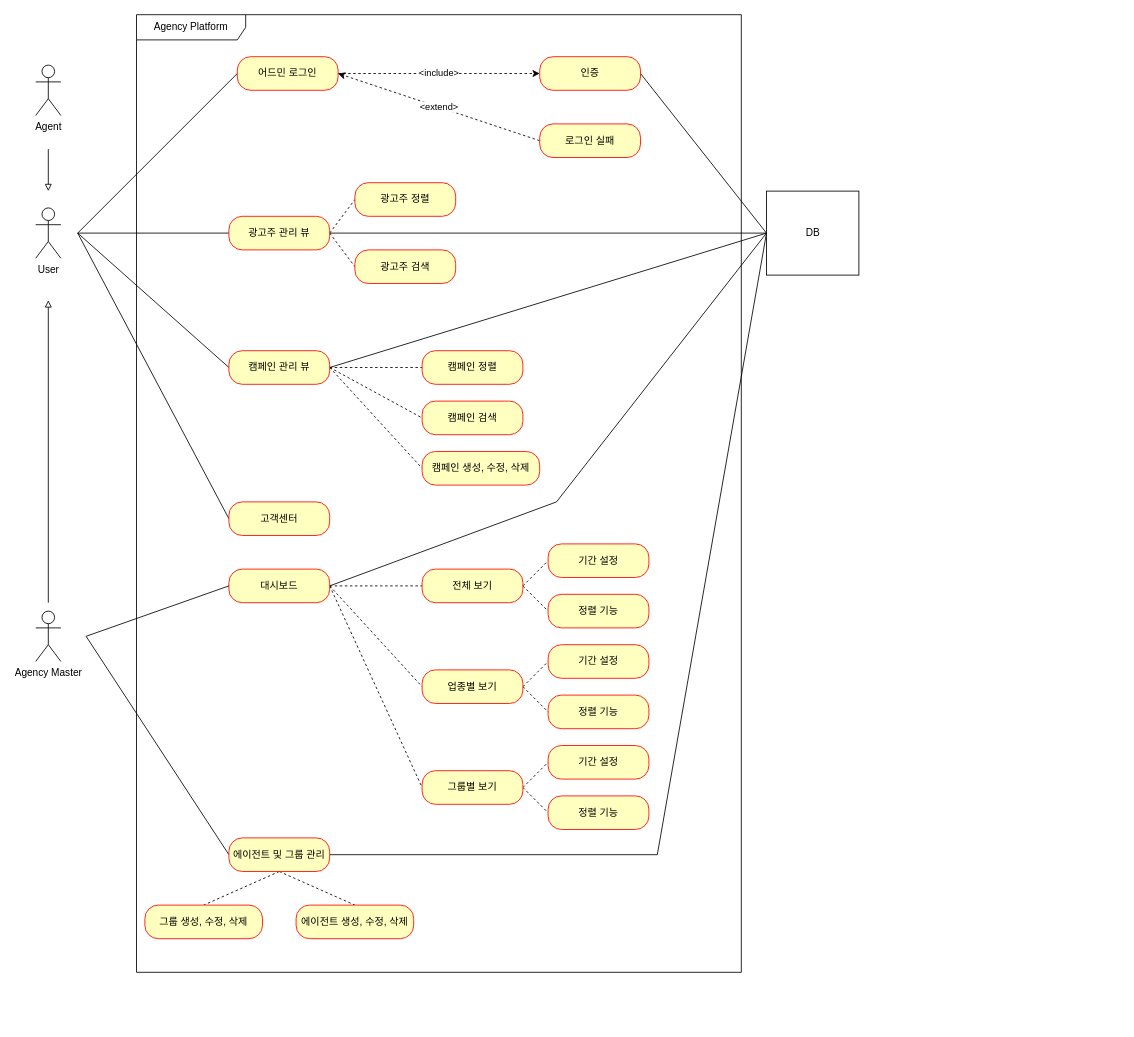
Before: document/use-case.drawio in mrcocoball/cocoball-ad-platform-agency, a draw.io diagram. Source tidied: cells renumbered, new cells numbered last; positions are measured from the earlier drawing's top-left corner, leaving out a move shared by most shapes. Both pictures are drawn from the tidied source at 84%, with x=0, y=0 at pixel (35, 14).
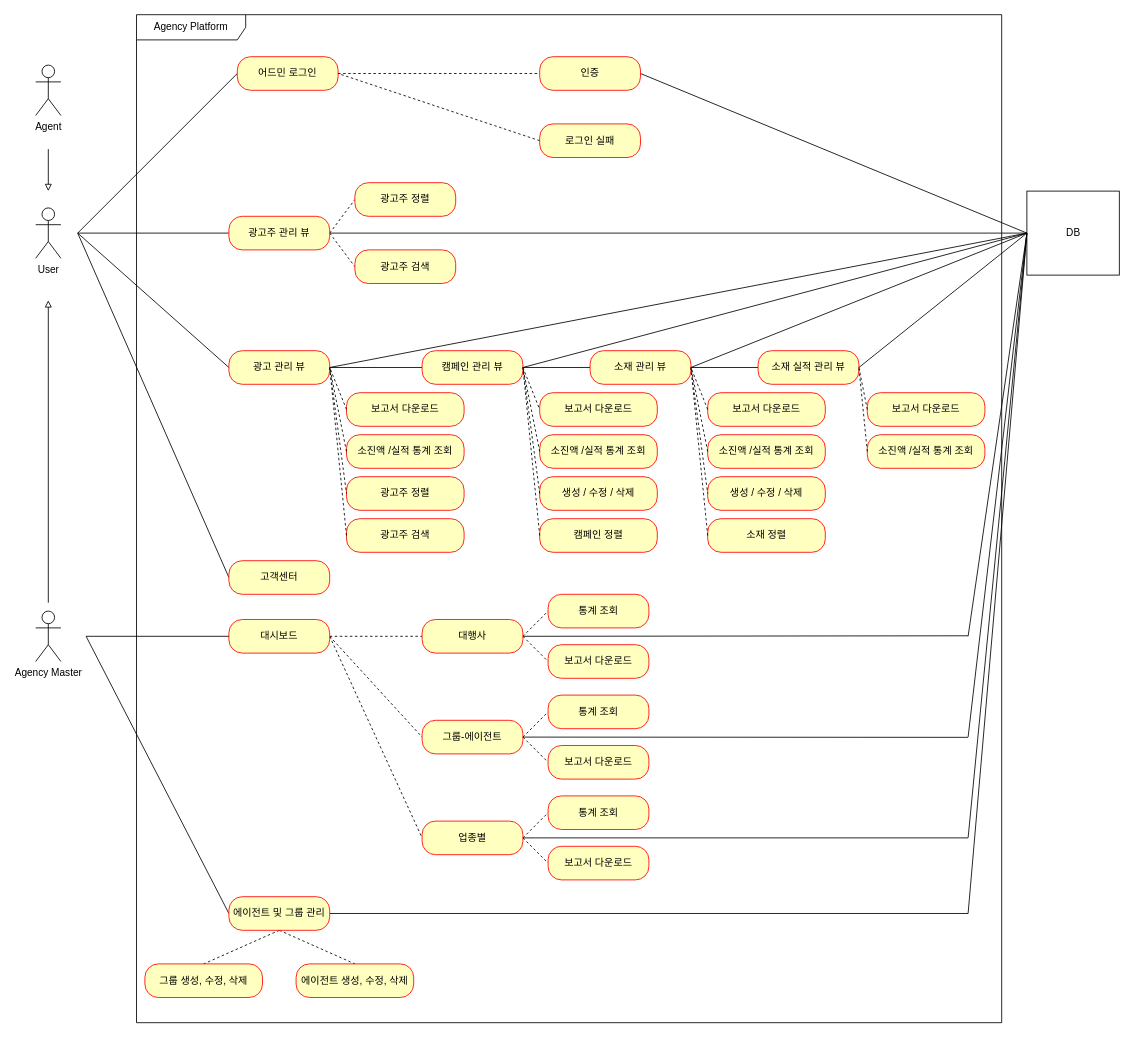
Above is the later version.

Commit message:
#157 - use-case 수정

Unchanged cells that the change refers to:
```xml
<mxCell id="8" value="어드민 로그인" style="rounded=1;whiteSpace=wrap;html=1;arcSize=40;fontColor=#000000;fillColor=#ffffc0;strokeColor=#ff0000;" parent="1" vertex="1">
  <mxGeometry x="240" y="50" width="120" height="40" as="geometry" />
</mxCell>
<mxCell id="10" value="인증" style="rounded=1;whiteSpace=wrap;html=1;arcSize=40;fontColor=#000000;fillColor=#ffffc0;strokeColor=#ff0000;" parent="1" vertex="1">
  <mxGeometry x="600" y="50" width="120" height="40" as="geometry" />
</mxCell>
<mxCell id="12" value="로그인 실패" style="rounded=1;whiteSpace=wrap;html=1;arcSize=40;fontColor=#000000;fillColor=#ffffc0;strokeColor=#ff0000;" parent="1" vertex="1">
  <mxGeometry x="600" y="130" width="120" height="40" as="geometry" />
</mxCell>
```

What changed in the source:
```diff
@@
+    <mxCell id="63" value="Agency Platform" style="shape=umlFrame;whiteSpace=wrap;html=1;width=130;height=30;" parent="1" vertex="1">
+      <mxGeometry x="120" width="1030" height="1200" as="geometry" />
+    </mxCell>
@@
-    <mxCell id="4" style="edgeStyle=none;rounded=0;jettySize=auto;html=1;endArrow=none;endFill=0;exitX=0;exitY=0.5;exitDx=0;exitDy=0;" parent="1" edge="1" source="6">
-      <mxGeometry relative="1" as="geometry">
-        <mxPoint x="620" y="580" as="targetPoint" />
-      </mxGeometry>
-    </mxCell>
     <mxCell id="5" style="edgeStyle=none;rounded=0;jettySize=auto;html=1;endArrow=none;endFill=0;exitX=0;exitY=0.5;exitDx=0;exitDy=0;" parent="1" edge="1" source="6">
       <mxGeometry relative="1" as="geometry">
-        <mxPoint x="740" y="1000" as="targetPoint" />
+        <mxPoint x="1110" y="1070" as="targetPoint" />
       </mxGeometry>
     </mxCell>
     <mxCell id="6" value="DB" style="html=1;" parent="1" vertex="1">
-      <mxGeometry x="870" y="210" width="110" height="100" as="geometry" />
+      <mxGeometry x="1180" y="210" width="110" height="100" as="geometry" />
     </mxCell>
-    <mxCell id="7" value="&amp;lt;include&amp;gt;" style="edgeStyle=orthogonalEdgeStyle;rounded=0;jettySize=auto;html=1;entryX=0;entryY=0.5;entryDx=0;entryDy=0;dashed=1;" parent="1" edge="1" source="8" target="10">
+    <mxCell id="7" style="edgeStyle=orthogonalEdgeStyle;rounded=0;jettySize=auto;html=1;entryX=0;entryY=0.5;entryDx=0;entryDy=0;dashed=1;endArrow=none;endFill=0;" parent="1" edge="1" source="8" target="10">
       <mxGeometry relative="1" as="geometry" />
     </mxCell>
@@
-    <mxCell id="11" value="&amp;lt;extend&amp;gt;" style="rounded=0;jettySize=auto;html=1;entryX=1;entryY=0.5;entryDx=0;entryDy=0;dashed=1;exitX=0;exitY=0.5;exitDx=0;exitDy=0;" parent="1" edge="1" source="12" target="8">
+    <mxCell id="11" style="rounded=0;jettySize=auto;html=1;entryX=1;entryY=0.5;entryDx=0;entryDy=0;dashed=1;exitX=0;exitY=0.5;exitDx=0;exitDy=0;endArrow=none;endFill=0;" parent="1" edge="1" source="12" target="8">
       <mxGeometry relative="1" as="geometry" />
     </mxCell>
@@
     <mxCell id="19" value="고객센터" style="rounded=1;whiteSpace=wrap;html=1;arcSize=40;fontColor=#000000;fillColor=#ffffc0;strokeColor=#ff0000;" parent="1" vertex="1">
-      <mxGeometry x="230" y="580" width="120" height="40" as="geometry" />
+      <mxGeometry x="230" y="650" width="120" height="40" as="geometry" />
     </mxCell>
-    <mxCell id="20" style="edgeStyle=none;rounded=0;jettySize=auto;html=1;endArrow=none;endFill=0;exitX=1;exitY=0.5;exitDx=0;exitDy=0;" parent="1" edge="1" source="24">
-      <mxGeometry relative="1" as="geometry">
-        <mxPoint x="620" y="580" as="targetPoint" />
-      </mxGeometry>
-    </mxCell>
@@
     <mxCell id="24" value="대시보드" style="rounded=1;whiteSpace=wrap;html=1;arcSize=40;fontColor=#000000;fillColor=#ffffc0;strokeColor=#ff0000;" parent="1" vertex="1">
-      <mxGeometry x="230" y="660" width="120" height="40" as="geometry" />
+      <mxGeometry x="230" y="720" width="120" height="40" as="geometry" />
     </mxCell>
     <mxCell id="25" style="edgeStyle=none;rounded=0;jettySize=auto;html=1;endArrow=none;endFill=0;" parent="1" edge="1" source="29">
       <mxGeometry relative="1" as="geometry">
-        <mxPoint x="740" y="1000" as="targetPoint" />
+        <mxPoint x="1110" y="1070" as="targetPoint" />
       </mxGeometry>
     </mxCell>
@@
     <mxCell id="29" value="에이전트 및 그룹 관리" style="rounded=1;whiteSpace=wrap;html=1;arcSize=40;fontColor=#000000;fillColor=#ffffc0;strokeColor=#ff0000;" parent="1" vertex="1">
-      <mxGeometry x="230" y="980" width="120" height="40" as="geometry" />
+      <mxGeometry x="230" y="1050" width="120" height="40" as="geometry" />
     </mxCell>
@@
-    <mxCell id="33" style="edgeStyle=none;rounded=0;jettySize=auto;html=1;endArrow=none;endFill=0;dashed=1;" parent="1" edge="1" source="37" target="38">
+    <mxCell id="33" style="edgeStyle=none;rounded=0;jettySize=auto;html=1;endArrow=none;endFill=0;" parent="1" edge="1" source="37" target="38">
       <mxGeometry relative="1" as="geometry" />
     </mxCell>
-    <mxCell id="34" style="edgeStyle=none;rounded=0;jettySize=auto;html=1;entryX=0;entryY=0.5;entryDx=0;entryDy=0;dashed=1;endArrow=none;endFill=0;exitX=1;exitY=0.5;exitDx=0;exitDy=0;" parent="1" edge="1" source="37" target="39">
-      <mxGeometry relative="1" as="geometry" />
-    </mxCell>
-    <mxCell id="35" style="edgeStyle=none;rounded=0;jettySize=auto;html=1;entryX=0;entryY=0.5;entryDx=0;entryDy=0;dashed=1;endArrow=none;endFill=0;exitX=1;exitY=0.5;exitDx=0;exitDy=0;" parent="1" edge="1" source="37" target="40">
-      <mxGeometry relative="1" as="geometry" />
-    </mxCell>
@@
-    <mxCell id="37" value="캠페인 관리 뷰" style="rounded=1;whiteSpace=wrap;html=1;arcSize=40;fontColor=#000000;fillColor=#ffffc0;strokeColor=#ff0000;" parent="1" vertex="1">
+    <mxCell id="37" value="광고 관리 뷰" style="rounded=1;whiteSpace=wrap;html=1;arcSize=40;fontColor=#000000;fillColor=#ffffc0;strokeColor=#ff0000;" parent="1" vertex="1">
       <mxGeometry x="230" y="400" width="120" height="40" as="geometry" />
     </mxCell>
+    <mxCell id="64" style="edgeStyle=orthogonalEdgeStyle;rounded=0;jettySize=auto;html=1;endArrow=none;endFill=0;" parent="1" edge="1" source="38" target="66">
+      <mxGeometry relative="1" as="geometry" />
+    </mxCell>
-    <mxCell id="38" value="캠페인 정렬" style="rounded=1;whiteSpace=wrap;html=1;arcSize=40;fontColor=#000000;fillColor=#ffffc0;strokeColor=#ff0000;" parent="1" vertex="1">
+    <mxCell id="38" value="캠페인 관리 뷰" style="rounded=1;whiteSpace=wrap;html=1;arcSize=40;fontColor=#000000;fillColor=#ffffc0;strokeColor=#ff0000;" parent="1" vertex="1">
       <mxGeometry x="460" y="400" width="120" height="40" as="geometry" />
     </mxCell>
-    <mxCell id="39" value="캠페인 검색" style="rounded=1;whiteSpace=wrap;html=1;arcSize=40;fontColor=#000000;fillColor=#ffffc0;strokeColor=#ff0000;" parent="1" vertex="1">
-      <mxGeometry x="460" y="460" width="120" height="40" as="geometry" />
+    <mxCell id="39" value="보고서 다운로드" style="rounded=1;whiteSpace=wrap;html=1;arcSize=40;fontColor=#000000;fillColor=#ffffc0;strokeColor=#ff0000;" parent="1" vertex="1">
+      <mxGeometry x="370" y="450" width="140" height="40" as="geometry" />
     </mxCell>
-    <mxCell id="40" value="캠페인 생성, 수정, 삭제" style="rounded=1;whiteSpace=wrap;html=1;arcSize=40;fontColor=#000000;fillColor=#ffffc0;strokeColor=#ff0000;" parent="1" vertex="1">
-      <mxGeometry x="460" y="520" width="140" height="40" as="geometry" />
-    </mxCell>
@@
-    <mxCell id="43" value="전체 보기" style="rounded=1;whiteSpace=wrap;html=1;arcSize=40;fontColor=#000000;fillColor=#ffffc0;strokeColor=#ff0000;" parent="1" vertex="1">
-      <mxGeometry x="460" y="660" width="120" height="40" as="geometry" />
+    <mxCell id="43" value="대행사" style="rounded=1;whiteSpace=wrap;html=1;arcSize=40;fontColor=#000000;fillColor=#ffffc0;strokeColor=#ff0000;" parent="1" vertex="1">
+      <mxGeometry x="460" y="720" width="120" height="40" as="geometry" />
     </mxCell>
-    <mxCell id="44" value="기간 설정" style="rounded=1;whiteSpace=wrap;html=1;arcSize=40;fontColor=#000000;fillColor=#ffffc0;strokeColor=#ff0000;" parent="1" vertex="1">
-      <mxGeometry x="610" y="630" width="120" height="40" as="geometry" />
+    <mxCell id="44" value="통계 조회" style="rounded=1;whiteSpace=wrap;html=1;arcSize=40;fontColor=#000000;fillColor=#ffffc0;strokeColor=#ff0000;" parent="1" vertex="1">
+      <mxGeometry x="610" y="690" width="120" height="40" as="geometry" />
     </mxCell>
-    <mxCell id="45" value="정렬 기능" style="rounded=1;whiteSpace=wrap;html=1;arcSize=40;fontColor=#000000;fillColor=#ffffc0;strokeColor=#ff0000;" parent="1" vertex="1">
-      <mxGeometry x="610" y="690" width="120" height="40" as="geometry" />
+    <mxCell id="45" value="보고서 다운로드" style="rounded=1;whiteSpace=wrap;html=1;arcSize=40;fontColor=#000000;fillColor=#ffffc0;strokeColor=#ff0000;" parent="1" vertex="1">
+      <mxGeometry x="610" y="750" width="120" height="40" as="geometry" />
     </mxCell>
@@
-    <mxCell id="48" value="업종별 보기" style="rounded=1;whiteSpace=wrap;html=1;arcSize=40;fontColor=#000000;fillColor=#ffffc0;strokeColor=#ff0000;" parent="1" vertex="1">
-      <mxGeometry x="460" y="780" width="120" height="40" as="geometry" />
+    <mxCell id="48" value="그룹-에이전트" style="rounded=1;whiteSpace=wrap;html=1;arcSize=40;fontColor=#000000;fillColor=#ffffc0;strokeColor=#ff0000;" parent="1" vertex="1">
+      <mxGeometry x="460" y="840" width="120" height="40" as="geometry" />
     </mxCell>
-    <mxCell id="49" value="기간 설정" style="rounded=1;whiteSpace=wrap;html=1;arcSize=40;fontColor=#000000;fillColor=#ffffc0;strokeColor=#ff0000;" parent="1" vertex="1">
-      <mxGeometry x="610" y="750" width="120" height="40" as="geometry" />
+    <mxCell id="49" value="통계 조회" style="rounded=1;whiteSpace=wrap;html=1;arcSize=40;fontColor=#000000;fillColor=#ffffc0;strokeColor=#ff0000;" parent="1" vertex="1">
+      <mxGeometry x="610" y="810" width="120" height="40" as="geometry" />
     </mxCell>
-    <mxCell id="50" value="정렬 기능" style="rounded=1;whiteSpace=wrap;html=1;arcSize=40;fontColor=#000000;fillColor=#ffffc0;strokeColor=#ff0000;" parent="1" vertex="1">
-      <mxGeometry x="610" y="810" width="120" height="40" as="geometry" />
+    <mxCell id="50" value="보고서 다운로드" style="rounded=1;whiteSpace=wrap;html=1;arcSize=40;fontColor=#000000;fillColor=#ffffc0;strokeColor=#ff0000;" parent="1" vertex="1">
+      <mxGeometry x="610" y="870" width="120" height="40" as="geometry" />
     </mxCell>
@@
-    <mxCell id="53" value="그룹별 보기" style="rounded=1;whiteSpace=wrap;html=1;arcSize=40;fontColor=#000000;fillColor=#ffffc0;strokeColor=#ff0000;" parent="1" vertex="1">
-      <mxGeometry x="460" y="900" width="120" height="40" as="geometry" />
+    <mxCell id="53" value="업종별" style="rounded=1;whiteSpace=wrap;html=1;arcSize=40;fontColor=#000000;fillColor=#ffffc0;strokeColor=#ff0000;" parent="1" vertex="1">
+      <mxGeometry x="460" y="960" width="120" height="40" as="geometry" />
     </mxCell>
-    <mxCell id="54" value="기간 설정" style="rounded=1;whiteSpace=wrap;html=1;arcSize=40;fontColor=#000000;fillColor=#ffffc0;strokeColor=#ff0000;" parent="1" vertex="1">
-      <mxGeometry x="610" y="870" width="120" height="40" as="geometry" />
+    <mxCell id="54" value="통계 조회" style="rounded=1;whiteSpace=wrap;html=1;arcSize=40;fontColor=#000000;fillColor=#ffffc0;strokeColor=#ff0000;" parent="1" vertex="1">
+      <mxGeometry x="610" y="930" width="120" height="40" as="geometry" />
     </mxCell>
-    <mxCell id="55" value="정렬 기능" style="rounded=1;whiteSpace=wrap;html=1;arcSize=40;fontColor=#000000;fillColor=#ffffc0;strokeColor=#ff0000;" parent="1" vertex="1">
-      <mxGeometry x="610" y="930" width="120" height="40" as="geometry" />
+    <mxCell id="55" value="보고서 다운로드" style="rounded=1;whiteSpace=wrap;html=1;arcSize=40;fontColor=#000000;fillColor=#ffffc0;strokeColor=#ff0000;" parent="1" vertex="1">
+      <mxGeometry x="610" y="990" width="120" height="40" as="geometry" />
     </mxCell>
@@
     <mxCell id="61" value="그룹 생성, 수정, 삭제" style="rounded=1;whiteSpace=wrap;html=1;arcSize=40;fontColor=#000000;fillColor=#ffffc0;strokeColor=#ff0000;" parent="1" vertex="1">
-      <mxGeometry x="130" y="1060" width="140" height="40" as="geometry" />
+      <mxGeometry x="130" y="1130" width="140" height="40" as="geometry" />
     </mxCell>
     <mxCell id="62" value="에이전트 생성, 수정, 삭제" style="rounded=1;whiteSpace=wrap;html=1;arcSize=40;fontColor=#000000;fillColor=#ffffc0;strokeColor=#ff0000;" parent="1" vertex="1">
-      <mxGeometry x="310" y="1060" width="140" height="40" as="geometry" />
+      <mxGeometry x="310" y="1130" width="140" height="40" as="geometry" />
     </mxCell>
-    <mxCell id="63" value="Agency Platform" style="shape=umlFrame;whiteSpace=wrap;html=1;width=130;height=30;" parent="1" vertex="1">
-      <mxGeometry x="120" width="720" height="1140" as="geometry" />
-    </mxCell>
+    <mxCell id="65" style="edgeStyle=orthogonalEdgeStyle;rounded=0;jettySize=auto;html=1;endArrow=none;endFill=0;" parent="1" edge="1" source="66" target="67">
+      <mxGeometry relative="1" as="geometry" />
+    </mxCell>
+    <mxCell id="66" value="소재 관리 뷰" style="whiteSpace=wrap;html=1;fillColor=#ffffc0;strokeColor=#ff0000;fontColor=#000000;rounded=1;arcSize=40;" parent="1" vertex="1">
+      <mxGeometry x="660" y="400" width="120" height="40" as="geometry" />
+    </mxCell>
+    <mxCell id="67" value="소재 실적 관리 뷰" style="whiteSpace=wrap;html=1;fillColor=#ffffc0;strokeColor=#ff0000;fontColor=#000000;rounded=1;arcSize=40;" parent="1" vertex="1">
+      <mxGeometry x="860" y="400" width="120" height="40" as="geometry" />
+    </mxCell>
+    <mxCell id="68" value="소진액 /실적 통계 조회" style="rounded=1;whiteSpace=wrap;html=1;arcSize=40;fontColor=#000000;fillColor=#ffffc0;strokeColor=#ff0000;" parent="1" vertex="1">
+      <mxGeometry x="370" y="500" width="140" height="40" as="geometry" />
+    </mxCell>
+    <mxCell id="69" value="보고서 다운로드" style="rounded=1;whiteSpace=wrap;html=1;arcSize=40;fontColor=#000000;fillColor=#ffffc0;strokeColor=#ff0000;" parent="1" vertex="1">
+      <mxGeometry x="600" y="450" width="140" height="40" as="geometry" />
+    </mxCell>
+    <mxCell id="70" value="소진액 /실적 통계 조회" style="rounded=1;whiteSpace=wrap;html=1;arcSize=40;fontColor=#000000;fillColor=#ffffc0;strokeColor=#ff0000;" parent="1" vertex="1">
+      <mxGeometry x="600" y="500" width="140" height="40" as="geometry" />
+    </mxCell>
+    <mxCell id="71" value="보고서 다운로드" style="rounded=1;whiteSpace=wrap;html=1;arcSize=40;fontColor=#000000;fillColor=#ffffc0;strokeColor=#ff0000;" parent="1" vertex="1">
+      <mxGeometry x="800" y="450" width="140" height="40" as="geometry" />
+    </mxCell>
+    <mxCell id="72" value="소진액 /실적 통계 조회" style="rounded=1;whiteSpace=wrap;html=1;arcSize=40;fontColor=#000000;fillColor=#ffffc0;strokeColor=#ff0000;" parent="1" vertex="1">
+      <mxGeometry x="800" y="500" width="140" height="40" as="geometry" />
+    </mxCell>
+    <mxCell id="73" value="보고서 다운로드" style="rounded=1;whiteSpace=wrap;html=1;arcSize=40;fontColor=#000000;fillColor=#ffffc0;strokeColor=#ff0000;" parent="1" vertex="1">
+      <mxGeometry x="990" y="450" width="140" height="40" as="geometry" />
+    </mxCell>
+    <mxCell id="74" value="소진액 /실적 통계 조회" style="rounded=1;whiteSpace=wrap;html=1;arcSize=40;fontColor=#000000;fillColor=#ffffc0;strokeColor=#ff0000;" parent="1" vertex="1">
+      <mxGeometry x="990" y="500" width="140" height="40" as="geometry" />
+    </mxCell>
+    <mxCell id="75" style="endArrow=none;dashed=1;html=1;rounded=0;exitX=0;exitY=0.5;exitDx=0;exitDy=0;" parent="1" edge="1" source="39">
+      <mxGeometry relative="1" as="geometry">
+        <mxPoint x="350" y="420" as="targetPoint" />
+      </mxGeometry>
+    </mxCell>
+    <mxCell id="76" style="endArrow=none;dashed=1;html=1;rounded=0;exitX=0;exitY=0.5;exitDx=0;exitDy=0;entryX=1;entryY=0.5;entryDx=0;entryDy=0;" parent="1" edge="1" source="68" target="37">
+      <mxGeometry relative="1" as="geometry" />
+    </mxCell>
+    <mxCell id="77" style="endArrow=none;dashed=1;html=1;rounded=0;entryX=0;entryY=0.5;entryDx=0;entryDy=0;exitX=1;exitY=0.5;exitDx=0;exitDy=0;" parent="1" edge="1" source="38" target="69">
+      <mxGeometry relative="1" as="geometry" />
+    </mxCell>
+    <mxCell id="78" style="endArrow=none;dashed=1;html=1;rounded=0;exitX=0;exitY=0.5;exitDx=0;exitDy=0;entryX=1;entryY=0.5;entryDx=0;entryDy=0;" parent="1" edge="1" source="70" target="38">
+      <mxGeometry relative="1" as="geometry" />
+    </mxCell>
+    <mxCell id="79" style="endArrow=none;dashed=1;html=1;rounded=0;exitX=0;exitY=0.5;exitDx=0;exitDy=0;entryX=1;entryY=0.5;entryDx=0;entryDy=0;" parent="1" edge="1" source="71" target="66">
+      <mxGeometry relative="1" as="geometry" />
+    </mxCell>
+    <mxCell id="80" style="endArrow=none;dashed=1;html=1;rounded=0;exitX=0;exitY=0.5;exitDx=0;exitDy=0;entryX=1;entryY=0.5;entryDx=0;entryDy=0;" parent="1" edge="1" source="72" target="66">
+      <mxGeometry relative="1" as="geometry" />
+    </mxCell>
+    <mxCell id="81" style="endArrow=none;dashed=1;html=1;rounded=0;exitX=0;exitY=0.5;exitDx=0;exitDy=0;entryX=1;entryY=0.5;entryDx=0;entryDy=0;" parent="1" edge="1" source="73" target="67">
+      <mxGeometry relative="1" as="geometry" />
+    </mxCell>
+    <mxCell id="82" style="endArrow=none;dashed=1;html=1;rounded=0;exitX=0;exitY=0.5;exitDx=0;exitDy=0;entryX=1;entryY=0.5;entryDx=0;entryDy=0;" parent="1" edge="1" source="74" target="67">
+      <mxGeometry relative="1" as="geometry" />
+    </mxCell>
+    <mxCell id="83" style="endArrow=none;html=1;rounded=0;entryX=0;entryY=0.5;entryDx=0;entryDy=0;" parent="1" edge="1" target="6">
+      <mxGeometry relative="1" as="geometry">
+        <mxPoint x="580" y="420" as="sourcePoint" />
+      </mxGeometry>
+    </mxCell>
+    <mxCell id="84" style="endArrow=none;html=1;rounded=0;entryX=1;entryY=0.5;entryDx=0;entryDy=0;" parent="1" edge="1" target="66">
+      <mxGeometry relative="1" as="geometry">
+        <mxPoint x="1180" y="260" as="sourcePoint" />
+      </mxGeometry>
+    </mxCell>
+    <mxCell id="85" style="endArrow=none;html=1;rounded=0;exitX=1;exitY=0.5;exitDx=0;exitDy=0;entryX=0;entryY=0.5;entryDx=0;entryDy=0;" parent="1" edge="1" source="67" target="6">
+      <mxGeometry relative="1" as="geometry" />
+    </mxCell>
+    <mxCell id="86" style="endArrow=none;html=1;rounded=0;exitX=1;exitY=0.5;exitDx=0;exitDy=0;entryX=0.961;entryY=0.596;entryDx=0;entryDy=0;entryPerimeter=0;" parent="1" edge="1" source="43">
+      <mxGeometry relative="1" as="geometry">
+        <mxPoint x="1109.8" y="739.4" as="targetPoint" />
+      </mxGeometry>
+    </mxCell>
+    <mxCell id="87" style="endArrow=none;html=1;rounded=0;exitX=1;exitY=0.5;exitDx=0;exitDy=0;entryX=0.961;entryY=0.702;entryDx=0;entryDy=0;entryPerimeter=0;" parent="1" edge="1" source="48">
+      <mxGeometry relative="1" as="geometry">
+        <mxPoint x="1109.8" y="860.3" as="targetPoint" />
+      </mxGeometry>
+    </mxCell>
+    <mxCell id="88" style="endArrow=none;html=1;rounded=0;exitX=1;exitY=0.5;exitDx=0;exitDy=0;entryX=0.961;entryY=0.807;entryDx=0;entryDy=0;entryPerimeter=0;" parent="1" edge="1" source="53">
+      <mxGeometry relative="1" as="geometry">
+        <mxPoint x="1109.8" y="980" as="targetPoint" />
+      </mxGeometry>
+    </mxCell>
+    <mxCell id="89" value="생성 / 수정 / 삭제" style="rounded=1;whiteSpace=wrap;html=1;arcSize=40;fontColor=#000000;fillColor=#ffffc0;strokeColor=#ff0000;" parent="1" vertex="1">
+      <mxGeometry x="600" y="550" width="140" height="40" as="geometry" />
+    </mxCell>
+    <mxCell id="90" value="생성 / 수정 / 삭제" style="rounded=1;whiteSpace=wrap;html=1;arcSize=40;fontColor=#000000;fillColor=#ffffc0;strokeColor=#ff0000;" parent="1" vertex="1">
+      <mxGeometry x="800" y="550" width="140" height="40" as="geometry" />
+    </mxCell>
+    <mxCell id="91" style="endArrow=none;dashed=1;html=1;rounded=0;exitX=0;exitY=0.5;exitDx=0;exitDy=0;entryX=1;entryY=0.5;entryDx=0;entryDy=0;" parent="1" edge="1" source="89" target="38">
+      <mxGeometry relative="1" as="geometry" />
+    </mxCell>
+    <mxCell id="92" style="endArrow=none;dashed=1;html=1;rounded=0;entryX=0;entryY=0.5;entryDx=0;entryDy=0;exitX=1;exitY=0.5;exitDx=0;exitDy=0;" parent="1" edge="1" source="66" target="90">
+      <mxGeometry relative="1" as="geometry" />
+    </mxCell>
+    <mxCell id="93" style="endArrow=none;html=1;rounded=0;exitX=0;exitY=0.5;exitDx=0;exitDy=0;" parent="1" edge="1" source="6">
+      <mxGeometry relative="1" as="geometry">
+        <mxPoint x="1110" y="740" as="targetPoint" />
+      </mxGeometry>
+    </mxCell>
+    <mxCell id="94" style="endArrow=none;html=1;rounded=0;entryX=0;entryY=0.5;entryDx=0;entryDy=0;" parent="1" edge="1" target="6">
+      <mxGeometry relative="1" as="geometry">
+        <mxPoint x="1110" y="860" as="sourcePoint" />
+      </mxGeometry>
+    </mxCell>
+    <mxCell id="95" style="endArrow=none;html=1;rounded=0;entryX=0;entryY=0.5;entryDx=0;entryDy=0;" parent="1" edge="1" target="6">
+      <mxGeometry relative="1" as="geometry">
+        <mxPoint x="1110" y="980" as="sourcePoint" />
+      </mxGeometry>
+    </mxCell>
+    <mxCell id="96" value="광고주 정렬" style="rounded=1;whiteSpace=wrap;html=1;arcSize=40;fontColor=#000000;fillColor=#ffffc0;strokeColor=#ff0000;" parent="1" vertex="1">
+      <mxGeometry x="370" y="550" width="140" height="40" as="geometry" />
+    </mxCell>
+    <mxCell id="97" value="캠페인 정렬" style="rounded=1;whiteSpace=wrap;html=1;arcSize=40;fontColor=#000000;fillColor=#ffffc0;strokeColor=#ff0000;" parent="1" vertex="1">
+      <mxGeometry x="600" y="600" width="140" height="40" as="geometry" />
+    </mxCell>
+    <mxCell id="98" value="소재 정렬" style="rounded=1;whiteSpace=wrap;html=1;arcSize=40;fontColor=#000000;fillColor=#ffffc0;strokeColor=#ff0000;" parent="1" vertex="1">
+      <mxGeometry x="800" y="600" width="140" height="40" as="geometry" />
+    </mxCell>
+    <mxCell id="99" value="광고주 검색" style="rounded=1;whiteSpace=wrap;html=1;arcSize=40;fontColor=#000000;fillColor=#ffffc0;strokeColor=#ff0000;" parent="1" vertex="1">
+      <mxGeometry x="370" y="600" width="140" height="40" as="geometry" />
+    </mxCell>
+    <mxCell id="100" style="endArrow=none;dashed=1;html=1;rounded=0;entryX=0;entryY=0.5;entryDx=0;entryDy=0;exitX=1;exitY=0.5;exitDx=0;exitDy=0;" parent="1" edge="1" source="37" target="96">
+      <mxGeometry relative="1" as="geometry" />
+    </mxCell>
+    <mxCell id="101" style="endArrow=none;dashed=1;html=1;rounded=0;exitX=0;exitY=0.5;exitDx=0;exitDy=0;entryX=1;entryY=0.5;entryDx=0;entryDy=0;" parent="1" edge="1" source="99" target="37">
+      <mxGeometry relative="1" as="geometry" />
+    </mxCell>
+    <mxCell id="102" style="endArrow=none;dashed=1;html=1;rounded=0;exitX=0;exitY=0.5;exitDx=0;exitDy=0;entryX=1;entryY=0.5;entryDx=0;entryDy=0;" parent="1" edge="1" source="97" target="38">
+      <mxGeometry relative="1" as="geometry" />
+    </mxCell>
+    <mxCell id="103" style="endArrow=none;dashed=1;html=1;rounded=0;entryX=0;entryY=0.5;entryDx=0;entryDy=0;exitX=1;exitY=0.5;exitDx=0;exitDy=0;" parent="1" edge="1" source="66" target="98">
+      <mxGeometry relative="1" as="geometry" />
+    </mxCell>
```
